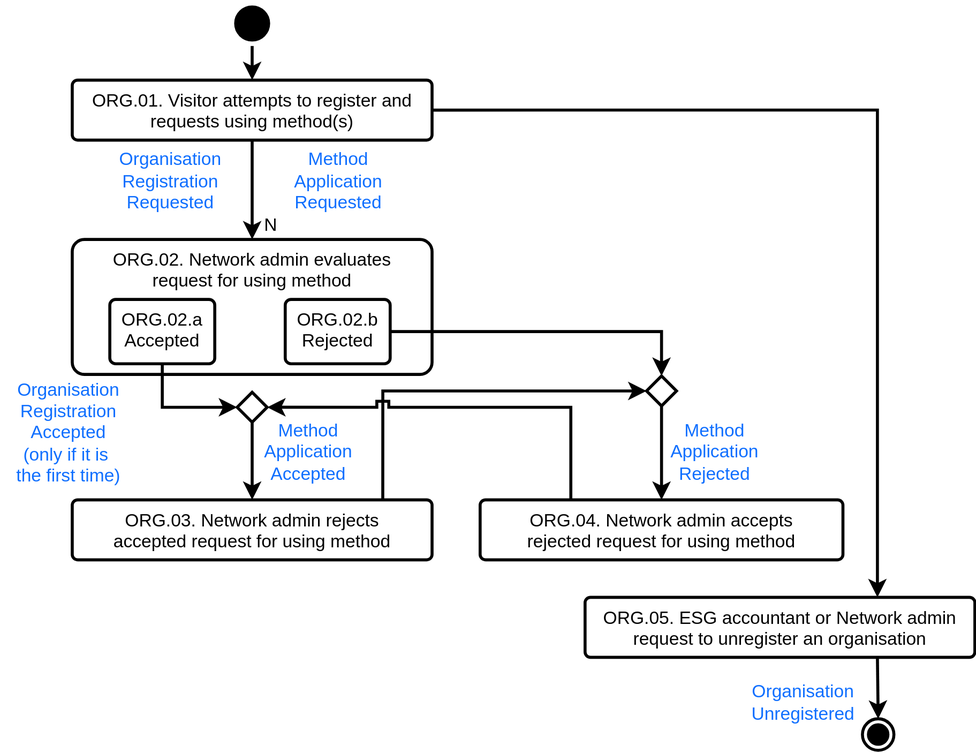
Before: Process/ProcessORG.svg, a diagram exported from draw.io (Show-your-Heart/ShowYourHeart-docs). Source tidied: cells renumbered, new cells last; positions are measured from the earlier drawing's top-left corner, leaving out a move shared by most shapes.
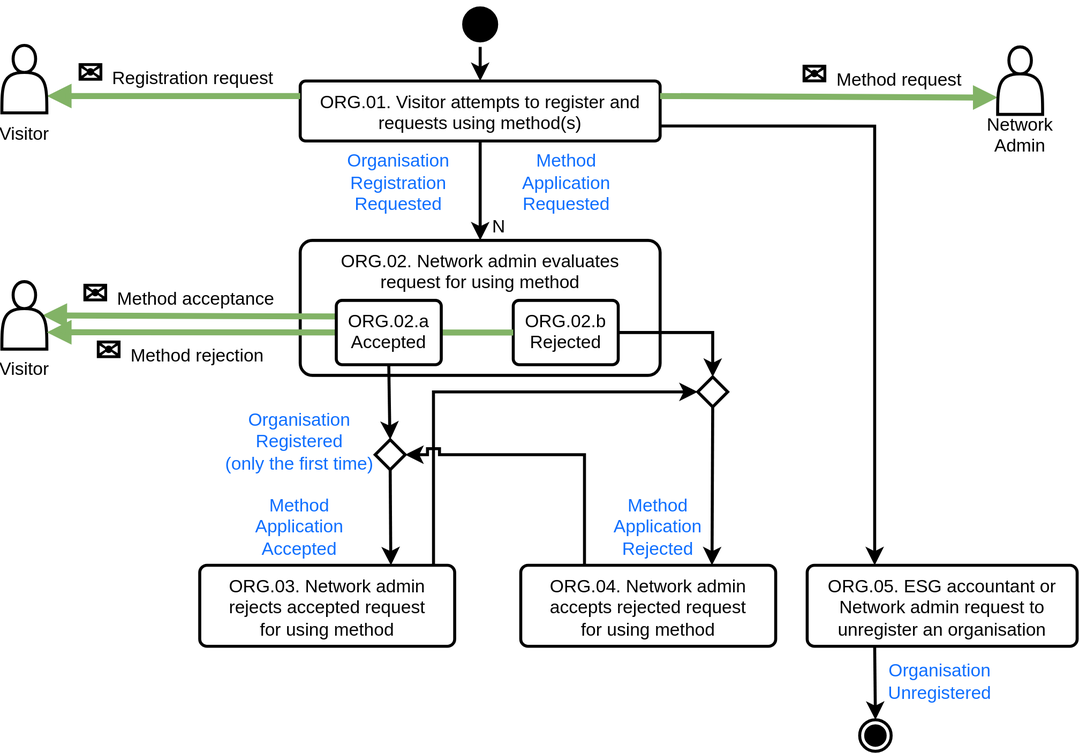
The same diagram one commit later.

What changed in the source:
```diff
@@ -5,86 +5,127 @@
     <mxCell id="2" style="edgeStyle=orthogonalEdgeStyle;rounded=0;jumpStyle=sharp;jettySize=auto;html=1;entryX=0.5;entryY=0;entryDx=0;entryDy=0;startArrow=none;exitX=0.5;exitY=1;exitDx=0;exitDy=0;strokeWidth=2;" parent="1" edge="1" source="7" target="4">
       <mxGeometry relative="1" as="geometry" />
     </mxCell>
-    <mxCell id="3" style="edgeStyle=orthogonalEdgeStyle;rounded=0;jumpStyle=sharp;jettySize=auto;html=1;startArrow=none;exitX=0.863;exitY=0.009;exitDx=0;exitDy=0;strokeWidth=2;entryX=0;entryY=0.5;entryDx=0;entryDy=0;exitPerimeter=0;" parent="1" edge="1" source="8" target="20">
+    <mxCell id="3" style="edgeStyle=orthogonalEdgeStyle;rounded=0;jumpStyle=sharp;jettySize=auto;html=1;startArrow=none;exitX=0.917;exitY=-0.016;exitDx=0;exitDy=0;strokeWidth=2;entryX=0;entryY=0.5;entryDx=0;entryDy=0;exitPerimeter=0;" parent="1" edge="1" source="8" target="20">
       <mxGeometry relative="1" as="geometry" />
     </mxCell>
     <mxCell id="4" value="ORG.02. Network admin evaluates request for using method&lt;i&gt;&lt;br&gt;&lt;/i&gt;" style="rounded=1;whiteSpace=wrap;html=1;shadow=0;verticalAlign=top;spacingLeft=10;spacingRight=10;arcSize=9;strokeWidth=2;" parent="1" vertex="1">
-      <mxGeometry x="47.9" y="159.4" width="240" height="90" as="geometry" />
+      <mxGeometry x="85.9" y="167" width="240" height="90" as="geometry" />
     </mxCell>
-    <mxCell id="5" style="edgeStyle=orthogonalEdgeStyle;rounded=0;jumpStyle=sharp;jettySize=auto;html=1;startArrow=none;entryX=0.5;entryY=0;entryDx=0;entryDy=0;exitX=0.5;exitY=1;exitDx=0;exitDy=0;strokeWidth=2;" parent="1" edge="1" source="20" target="13">
+    <mxCell id="5" style="edgeStyle=orthogonalEdgeStyle;rounded=0;jumpStyle=sharp;jettySize=auto;html=1;startArrow=none;entryX=0.75;entryY=0;entryDx=0;entryDy=0;exitX=0.5;exitY=1;exitDx=0;exitDy=0;strokeWidth=2;" parent="1" edge="1" source="20" target="13">
       <mxGeometry relative="1" as="geometry" />
     </mxCell>
     <mxCell id="6" style="ellipse;html=1;shape=startState;fillColor=#000000;strokeWidth=2;" parent="1" vertex="1">
-      <mxGeometry x="152.9" y="0.4" width="30" height="30" as="geometry" />
+      <mxGeometry x="190.9" y="8" width="30" height="30" as="geometry" />
     </mxCell>
     <mxCell id="7" value="ORG.01. Visitor attempts to register and requests using method(s)" style="rounded=1;whiteSpace=wrap;html=1;shadow=0;verticalAlign=top;spacingLeft=10;spacingRight=10;arcSize=9;strokeWidth=2;" parent="1" vertex="1">
-      <mxGeometry x="47.9" y="53.1" width="240" height="40" as="geometry" />
+      <mxGeometry x="85.9" y="60.8" width="240" height="40" as="geometry" />
     </mxCell>
     <mxCell id="8" value="ORG.03. Network admin rejects accepted request for using method " style="rounded=1;whiteSpace=wrap;html=1;shadow=0;verticalAlign=top;spacingLeft=10;spacingRight=10;arcSize=9;strokeWidth=2;" parent="1" vertex="1">
-      <mxGeometry x="47.9" y="333" width="240" height="40" as="geometry" />
+      <mxGeometry x="18.9" y="383.6" width="170" height="54" as="geometry" />
     </mxCell>
-    <mxCell id="9" style="edgeStyle=orthogonalEdgeStyle;rounded=0;jumpStyle=sharp;jettySize=auto;html=1;startArrow=none;exitX=0.5;exitY=1;exitDx=0;exitDy=0;strokeWidth=2;entryX=0;entryY=0.5;entryDx=0;entryDy=0;" parent="1" edge="1" source="11" target="17">
+    <mxCell id="9" style="edgeStyle=orthogonalEdgeStyle;rounded=0;jumpStyle=sharp;jettySize=auto;html=1;startArrow=none;exitX=0.5;exitY=1;exitDx=0;exitDy=0;strokeWidth=2;entryX=0.5;entryY=0;entryDx=0;entryDy=0;" parent="1" edge="1" source="11" target="17">
       <mxGeometry relative="1" as="geometry" />
     </mxCell>
     <mxCell id="10" style="rounded=0;jumpStyle=sharp;jettySize=auto;html=1;entryX=0.5;entryY=0;entryDx=0;entryDy=0;startArrow=none;strokeWidth=2;exitX=0.5;exitY=1;exitDx=0;exitDy=0;" parent="1" edge="1" source="6" target="7">
       <mxGeometry relative="1" as="geometry" />
     </mxCell>
-    <mxCell id="11" value="ORG.02.a &lt;br&gt;Accepted" style="rounded=1;whiteSpace=wrap;html=1;shadow=0;verticalAlign=top;spacingLeft=10;spacingRight=10;arcSize=9;strokeWidth=2;" parent="1" vertex="1">
-      <mxGeometry x="73" y="199.4" width="70" height="42.9" as="geometry" />
-    </mxCell>
     <mxCell id="12" value="ORG.02.b&lt;div&gt;Rejected&lt;br&gt;&lt;/div&gt;" style="rounded=1;whiteSpace=wrap;html=1;shadow=0;verticalAlign=top;spacingLeft=10;spacingRight=10;arcSize=9;strokeWidth=2;" parent="1" vertex="1">
-      <mxGeometry x="190" y="199.4" width="70" height="42.9" as="geometry" />
+      <mxGeometry x="228" y="207" width="70" height="42.9" as="geometry" />
     </mxCell>
     <mxCell id="13" value="ORG.04. Network admin accepts rejected request for using method" style="rounded=1;whiteSpace=wrap;html=1;shadow=0;verticalAlign=top;spacingLeft=10;spacingRight=10;arcSize=9;strokeWidth=2;" parent="1" vertex="1">
-      <mxGeometry x="320" y="333" width="242" height="40" as="geometry" />
+      <mxGeometry x="233" y="383.6" width="170" height="54" as="geometry" />
     </mxCell>
     <mxCell id="14" value="&lt;div&gt;&lt;div&gt;&lt;span style=&quot;color: rgb(15, 111, 255);&quot;&gt;Method&lt;/span&gt;&lt;/div&gt;&lt;div&gt;&lt;span style=&quot;color: rgb(15, 111, 255);&quot;&gt;Application&lt;/span&gt;&lt;/div&gt;&lt;/div&gt;&lt;div&gt;&lt;span style=&quot;color: rgb(15, 111, 255);&quot;&gt;Rejected&lt;/span&gt;&lt;/div&gt;" style="text;html=1;align=center;verticalAlign=middle;strokeColor=none;fillColor=none;" parent="1" vertex="1">
-      <mxGeometry x="436" y="271.2" width="80" height="60" as="geometry" />
+      <mxGeometry x="284" y="328" width="80" height="60" as="geometry" />
     </mxCell>
     <mxCell id="15" value="&lt;div&gt;&lt;div&gt;&lt;span style=&quot;color: rgb(15, 111, 255);&quot;&gt;Method&lt;/span&gt;&lt;/div&gt;&lt;div&gt;&lt;span style=&quot;color: rgb(15, 111, 255);&quot;&gt;Application&lt;/span&gt;&lt;/div&gt;&lt;span style=&quot;color: rgb(15, 111, 255);&quot;&gt;Accepted&lt;/span&gt;&lt;/div&gt;" style="text;html=1;align=center;verticalAlign=middle;strokeColor=none;fillColor=none;" parent="1" vertex="1">
-      <mxGeometry x="165" y="271.2" width="80" height="60" as="geometry" />
+      <mxGeometry x="45" y="328" width="80" height="60" as="geometry" />
     </mxCell>
     <mxCell id="16" style="edgeStyle=orthogonalEdgeStyle;rounded=0;jumpStyle=sharp;jettySize=auto;html=1;startArrow=none;entryX=1;entryY=0.5;entryDx=0;entryDy=0;exitX=0.25;exitY=0;exitDx=0;exitDy=0;strokeWidth=2;" parent="1" edge="1" source="13" target="17">
       <mxGeometry relative="1" as="geometry" />
     </mxCell>
     <mxCell id="17" style="rhombus;whiteSpace=wrap;html=1;strokeWidth=2;" parent="1" vertex="1">
-      <mxGeometry x="157.9" y="261.2" width="20" height="20" as="geometry" />
+      <mxGeometry x="135.9" y="299.9" width="20" height="20" as="geometry" />
     </mxCell>
-    <mxCell id="18" style="edgeStyle=orthogonalEdgeStyle;rounded=0;jumpStyle=sharp;jettySize=auto;html=1;startArrow=none;entryX=0.5;entryY=0;entryDx=0;entryDy=0;strokeWidth=2;exitX=0.5;exitY=1;exitDx=0;exitDy=0;" parent="1" edge="1" source="17" target="8">
+    <mxCell id="18" style="edgeStyle=orthogonalEdgeStyle;rounded=0;jumpStyle=sharp;jettySize=auto;html=1;startArrow=none;entryX=0.75;entryY=0;entryDx=0;entryDy=0;strokeWidth=2;exitX=0.5;exitY=1;exitDx=0;exitDy=0;" parent="1" edge="1" source="17" target="8">
       <mxGeometry relative="1" as="geometry" />
     </mxCell>
     <mxCell id="19" style="edgeStyle=orthogonalEdgeStyle;rounded=0;jumpStyle=sharp;jettySize=auto;html=1;startArrow=none;entryX=0.5;entryY=0;entryDx=0;entryDy=0;exitX=1;exitY=0.5;exitDx=0;exitDy=0;strokeWidth=2;" parent="1" edge="1" source="12" target="20">
       <mxGeometry relative="1" as="geometry" />
     </mxCell>
     <mxCell id="20" style="rhombus;whiteSpace=wrap;html=1;strokeWidth=2;" parent="1" vertex="1">
-      <mxGeometry x="431" y="250.4" width="20" height="20" as="geometry" />
+      <mxGeometry x="351" y="258" width="20" height="20" as="geometry" />
     </mxCell>
     <mxCell id="21" value="&lt;div&gt;&lt;br&gt;&lt;/div&gt;&lt;div&gt;&lt;span style=&quot;color: rgb(15, 111, 255);&quot;&gt;Method&lt;/span&gt;&lt;/div&gt;&lt;div&gt;&lt;span style=&quot;color: rgb(15, 111, 255);&quot;&gt;Application&lt;/span&gt;&lt;/div&gt;&lt;div&gt;&lt;span style=&quot;color: rgb(15, 111, 255);&quot;&gt;Requested&lt;/span&gt;&lt;/div&gt;" style="text;html=1;align=center;verticalAlign=middle;strokeColor=none;fillColor=none;" parent="1" vertex="1">
-      <mxGeometry x="185" y="78" width="80" height="70" as="geometry" />
+      <mxGeometry x="223" y="85.6" width="80" height="70" as="geometry" />
     </mxCell>
-    <mxCell id="22" value="&lt;div&gt;Organisation&lt;/div&gt;&lt;div&gt;&lt;span style=&quot;color: rgb(15, 111, 255);&quot;&gt;Registration&lt;/span&gt;&lt;/div&gt;&lt;div&gt;Accepted&lt;br&gt;&lt;/div&gt;&lt;div&gt;(only if it is&amp;nbsp;&lt;/div&gt;&lt;div&gt;the first time)&lt;/div&gt;" style="text;html=1;align=center;verticalAlign=middle;strokeColor=none;fillColor=none;fontColor=#0F6FFF;" parent="1" vertex="1">
-      <mxGeometry y="243" width="90" height="90" as="geometry" />
+    <mxCell id="22" value="&lt;div&gt;Organisation&lt;/div&gt;Registered&lt;div&gt;(only the first time)&lt;/div&gt;" style="text;html=1;align=center;verticalAlign=middle;strokeColor=none;fillColor=none;fontColor=#0F6FFF;" parent="1" vertex="1">
+      <mxGeometry x="25" y="270.6" width="120" height="60" as="geometry" />
     </mxCell>
     <mxCell id="23" value="&lt;div&gt;&lt;br&gt;&lt;/div&gt;&lt;div&gt;&lt;span style=&quot;color: rgb(15, 111, 255);&quot;&gt;Organisation&lt;/span&gt;&lt;/div&gt;&lt;div&gt;&lt;span style=&quot;color: rgb(15, 111, 255);&quot;&gt;Registration&lt;/span&gt;&lt;/div&gt;&lt;div&gt;&lt;span style=&quot;color: rgb(15, 111, 255);&quot;&gt;Requested&lt;/span&gt;&lt;/div&gt;" style="text;html=1;align=center;verticalAlign=middle;strokeColor=none;fillColor=none;" parent="1" vertex="1">
-      <mxGeometry x="67.9" y="78" width="90" height="70" as="geometry" />
+      <mxGeometry x="105.9" y="85.6" width="90" height="70" as="geometry" />
     </mxCell>
     <mxCell id="24" value="N" style="text;html=1;align=center;verticalAlign=middle;strokeColor=none;fillColor=none;" parent="1" vertex="1">
-      <mxGeometry x="165" y="135" width="30" height="30" as="geometry" />
+      <mxGeometry x="203" y="142.6" width="30" height="30" as="geometry" />
     </mxCell>
     <mxCell id="25" value="ORG.05. ESG accountant or Network admin request to unregister an organisation" style="rounded=1;whiteSpace=wrap;html=1;shadow=0;verticalAlign=top;spacingLeft=10;spacingRight=10;arcSize=9;strokeWidth=2;" parent="1" vertex="1">
-      <mxGeometry x="390" y="398" width="260" height="40" as="geometry" />
+      <mxGeometry x="424" y="383.6" width="180" height="54" as="geometry" />
     </mxCell>
-    <mxCell id="26" style="rounded=0;jumpStyle=sharp;jettySize=auto;html=1;entryX=0.75;entryY=0;entryDx=0;entryDy=0;startArrow=none;strokeWidth=2;exitX=1;exitY=0.5;exitDx=0;exitDy=0;edgeStyle=orthogonalEdgeStyle;" parent="1" edge="1" source="7" target="25">
+    <mxCell id="26" style="rounded=0;jumpStyle=sharp;jettySize=auto;html=1;entryX=0.25;entryY=0;entryDx=0;entryDy=0;startArrow=none;strokeWidth=2;exitX=1;exitY=0.75;exitDx=0;exitDy=0;edgeStyle=orthogonalEdgeStyle;" parent="1" edge="1" source="7" target="25">
       <mxGeometry relative="1" as="geometry" />
     </mxCell>
     <mxCell id="27" value="&lt;div&gt;&lt;span style=&quot;color: rgb(15, 111, 255);&quot;&gt;Organisation&lt;/span&gt;&lt;/div&gt;&lt;div&gt;&lt;span style=&quot;color: rgb(15, 111, 255);&quot;&gt;Unregistered&lt;br&gt;&lt;/span&gt;&lt;/div&gt;" style="text;html=1;align=center;verticalAlign=middle;strokeColor=none;fillColor=none;" parent="1" vertex="1">
-      <mxGeometry x="490" y="448" width="90" height="40" as="geometry" />
+      <mxGeometry x="467" y="440.6" width="90" height="40" as="geometry" />
     </mxCell>
-    <mxCell id="28" style="rounded=0;jumpStyle=sharp;jettySize=auto;html=1;startArrow=none;strokeWidth=2;entryX=0.5;entryY=0;entryDx=0;entryDy=0;exitX=0.75;exitY=1;exitDx=0;exitDy=0;" parent="1" edge="1" source="25" target="29">
+    <mxCell id="28" style="rounded=0;jumpStyle=sharp;jettySize=auto;html=1;startArrow=none;strokeWidth=2;entryX=0.5;entryY=0;entryDx=0;entryDy=0;exitX=0.25;exitY=1;exitDx=0;exitDy=0;" parent="1" edge="1" source="25" target="29">
       <mxGeometry relative="1" as="geometry" />
     </mxCell>
     <mxCell id="29" style="ellipse;html=1;shape=endState;fillColor=#000000;strokeColor=#000000;strokeWidth=2;" parent="1" vertex="1">
-      <mxGeometry x="575" y="479" width="21" height="21" as="geometry" />
+      <mxGeometry x="459" y="486.6" width="21" height="21" as="geometry" />
     </mxCell>
+    <mxCell id="30" style="rounded=0;jumpStyle=sharp;jettySize=auto;html=1;startArrow=none;strokeWidth=4;exitX=1;exitY=0.25;exitDx=0;exitDy=0;edgeStyle=orthogonalEdgeStyle;endArrow=block;endFill=1;fillColor=#d5e8d4;strokeColor=#82b366;entryX=0;entryY=0.75;entryDx=0;entryDy=0;" parent="1" edge="1" source="7" target="32">
+      <mxGeometry relative="1" as="geometry" />
+    </mxCell>
+    <mxCell id="31" value="&lt;span class=&quot;BxUVEf ILfuVd&quot; lang=&quot;en&quot;&gt;&lt;span class=&quot;hgKElc&quot;&gt;&lt;font style=&quot;font-size: 21px;&quot;&gt;&lt;b&gt;✉&lt;/b&gt; &lt;/font&gt;&lt;/span&gt;&lt;/span&gt;&lt;font style=&quot;font-size: 12px;&quot;&gt;Method request &lt;/font&gt;" style="edgeLabel;html=1;align=center;verticalAlign=middle;labelBackgroundColor=none;" parent="30" vertex="1">
+      <mxGeometry x="0.68" y="2" relative="1" as="geometry">
+        <mxPoint x="-42" y="-14" as="offset" />
+      </mxGeometry>
+    </mxCell>
+    <mxCell id="32" value="&lt;div align=&quot;center&quot;&gt;&lt;br&gt;&lt;/div&gt;&lt;div align=&quot;center&quot;&gt;&lt;br&gt;&lt;/div&gt;&lt;div align=&quot;center&quot;&gt;&lt;br&gt;&lt;/div&gt;&lt;div align=&quot;center&quot;&gt;&lt;br&gt;&lt;/div&gt;&lt;div align=&quot;center&quot;&gt;&lt;br&gt;&lt;/div&gt;&lt;div align=&quot;center&quot;&gt;Network Admin&lt;/div&gt;" style="shape=actor;whiteSpace=wrap;html=1;strokeWidth=2;align=center;" parent="1" vertex="1">
+      <mxGeometry x="551" y="38" width="30" height="45" as="geometry" />
+    </mxCell>
+    <mxCell id="33" style="rounded=0;jumpStyle=sharp;jettySize=auto;html=1;startArrow=none;strokeWidth=4;exitX=0;exitY=0.25;exitDx=0;exitDy=0;edgeStyle=orthogonalEdgeStyle;endArrow=block;endFill=1;fillColor=#d5e8d4;strokeColor=#82b366;entryX=1;entryY=0.75;entryDx=0;entryDy=0;" parent="1" edge="1" source="7" target="35">
+      <mxGeometry relative="1" as="geometry" />
+    </mxCell>
+    <mxCell id="34" value="&lt;span class=&quot;BxUVEf ILfuVd&quot; lang=&quot;en&quot;&gt;&lt;span class=&quot;hgKElc&quot;&gt;&lt;font style=&quot;font-size: 21px;&quot;&gt;&lt;b&gt;✉&lt;/b&gt; &lt;/font&gt;&lt;/span&gt;&lt;/span&gt;&lt;font style=&quot;font-size: 12px;&quot;&gt;Registration request &lt;/font&gt;" style="edgeLabel;html=1;align=center;verticalAlign=middle;labelBackgroundColor=none;" parent="33" vertex="1">
+      <mxGeometry x="0.68" y="2" relative="1" as="geometry">
+        <mxPoint x="58" y="-18" as="offset" />
+      </mxGeometry>
+    </mxCell>
+    <mxCell id="35" value="&lt;div align=&quot;center&quot;&gt;&lt;br&gt;&lt;/div&gt;&lt;div align=&quot;center&quot;&gt;&lt;br&gt;&lt;/div&gt;&lt;div align=&quot;center&quot;&gt;&lt;br&gt;&lt;/div&gt;&lt;div align=&quot;center&quot;&gt;&lt;br&gt;&lt;/div&gt;&lt;div align=&quot;center&quot;&gt;&lt;br&gt;&lt;/div&gt;&lt;div align=&quot;center&quot;&gt;Visitor&lt;/div&gt;" style="shape=actor;whiteSpace=wrap;html=1;strokeWidth=2;align=center;" parent="1" vertex="1">
+      <mxGeometry x="-113" y="37" width="30" height="45" as="geometry" />
+    </mxCell>
+    <mxCell id="36" style="rounded=0;jumpStyle=sharp;jettySize=auto;html=1;startArrow=none;strokeWidth=4;exitX=0;exitY=0.25;exitDx=0;exitDy=0;edgeStyle=orthogonalEdgeStyle;endArrow=block;endFill=1;fillColor=#d5e8d4;strokeColor=#82b366;entryX=0.9;entryY=0.5;entryDx=0;entryDy=0;entryPerimeter=0;" parent="1" edge="1" source="11" target="38">
+      <mxGeometry relative="1" as="geometry" />
+    </mxCell>
+    <mxCell id="37" value="&lt;div&gt;&lt;span class=&quot;BxUVEf ILfuVd&quot; lang=&quot;en&quot;&gt;&lt;span class=&quot;hgKElc&quot;&gt;&lt;font style=&quot;font-size: 21px;&quot;&gt;&lt;b&gt;✉&lt;/b&gt; &lt;/font&gt;&lt;/span&gt;&lt;/span&gt;&lt;font style=&quot;font-size: 12px;&quot;&gt;Method acceptance &lt;/font&gt;&lt;/div&gt;" style="edgeLabel;html=1;align=center;verticalAlign=middle;labelBackgroundColor=none;" parent="36" vertex="1">
+      <mxGeometry x="0.68" y="2" relative="1" as="geometry">
+        <mxPoint x="58" y="-18" as="offset" />
+      </mxGeometry>
+    </mxCell>
+    <mxCell id="38" value="&lt;div align=&quot;center&quot;&gt;&lt;br&gt;&lt;/div&gt;&lt;div align=&quot;center&quot;&gt;&lt;br&gt;&lt;/div&gt;&lt;div align=&quot;center&quot;&gt;&lt;br&gt;&lt;/div&gt;&lt;div align=&quot;center&quot;&gt;&lt;br&gt;&lt;/div&gt;&lt;div align=&quot;center&quot;&gt;&lt;br&gt;&lt;/div&gt;&lt;div align=&quot;center&quot;&gt;Visitor&lt;/div&gt;" style="shape=actor;whiteSpace=wrap;html=1;strokeWidth=2;align=center;" parent="1" vertex="1">
+      <mxGeometry x="-113" y="194.5" width="30" height="45" as="geometry" />
+    </mxCell>
+    <mxCell id="39" style="rounded=0;jumpStyle=sharp;jettySize=auto;html=1;startArrow=none;strokeWidth=4;exitX=0;exitY=0.5;exitDx=0;exitDy=0;edgeStyle=orthogonalEdgeStyle;endArrow=block;endFill=1;fillColor=#d5e8d4;strokeColor=#82b366;entryX=1;entryY=0.75;entryDx=0;entryDy=0;" parent="1" edge="1" source="12" target="38">
+      <mxGeometry relative="1" as="geometry" />
+    </mxCell>
+    <mxCell id="40" value="&lt;span class=&quot;BxUVEf ILfuVd&quot; lang=&quot;en&quot;&gt;&lt;span class=&quot;hgKElc&quot;&gt;&lt;font style=&quot;font-size: 21px;&quot;&gt;&lt;b&gt;✉&lt;/b&gt; &lt;/font&gt;&lt;/span&gt;&lt;/span&gt;&lt;span class=&quot;BxUVEf ILfuVd&quot; lang=&quot;en&quot;&gt;&lt;span class=&quot;hgKElc&quot;&gt;&lt;font style=&quot;font-size: 21px;&quot;&gt;&lt;/font&gt;&lt;/span&gt;&lt;/span&gt;&lt;font style=&quot;font-size: 12px;&quot;&gt;Method&lt;/font&gt;&lt;font style=&quot;font-size: 12px;&quot;&gt; rejection &lt;/font&gt;" style="edgeLabel;html=1;align=center;verticalAlign=middle;labelBackgroundColor=none;" parent="39" vertex="1">
+      <mxGeometry x="0.68" y="2" relative="1" as="geometry">
+        <mxPoint x="37" y="9" as="offset" />
+      </mxGeometry>
+    </mxCell>
+    <mxCell id="11" value="ORG.02.a &lt;br&gt;Accepted" style="rounded=1;whiteSpace=wrap;html=1;shadow=0;verticalAlign=top;spacingLeft=10;spacingRight=10;arcSize=9;strokeWidth=2;" parent="1" vertex="1">
+      <mxGeometry x="110" y="207" width="70" height="42.9" as="geometry" />
+    </mxCell>
   </root>
 </mxGraphModel>
```
